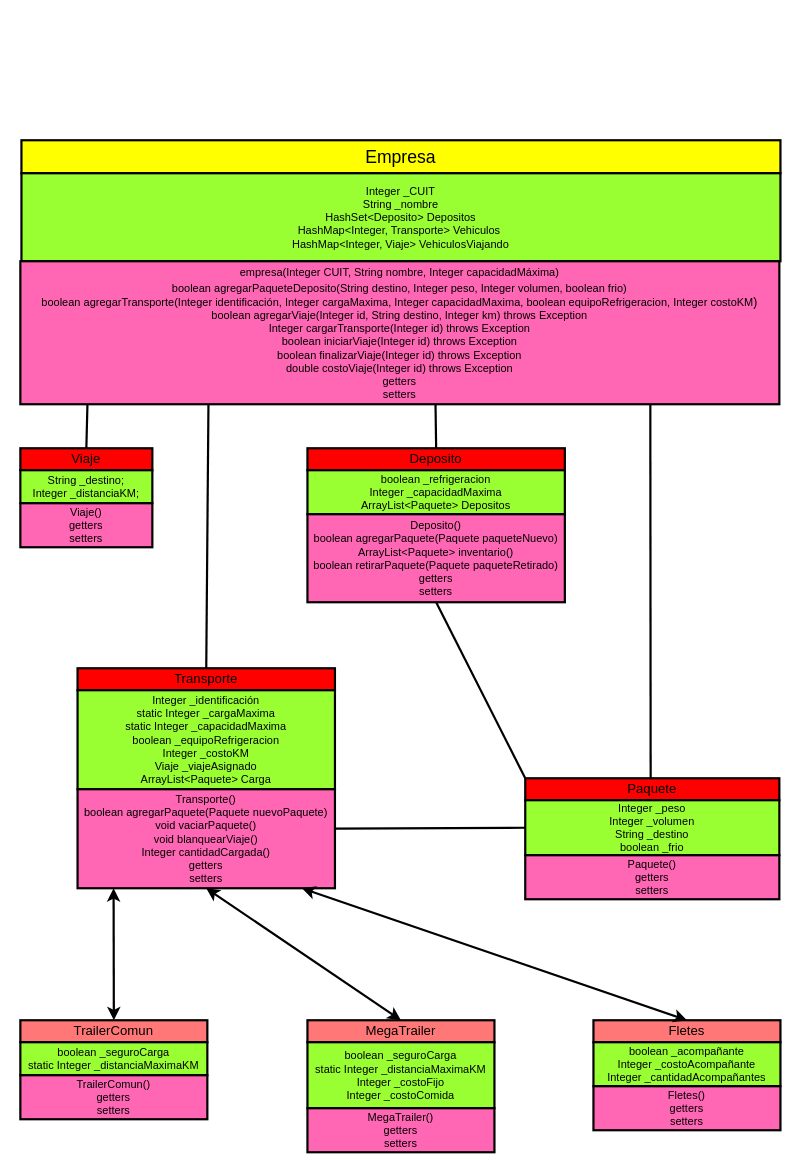
Earlier version of the draw.io diagram appdiagrams.net/Empresa Diagrama.drawio (VeronAdrian/main). Source tidied: cells renumbered, new cells numbered last; positions are measured from the earlier drawing's top-left corner, leaving out a move shared by most shapes. Both pictures are drawn from the tidied source at 110%, with x=0, y=0 at pixel (20, 140).
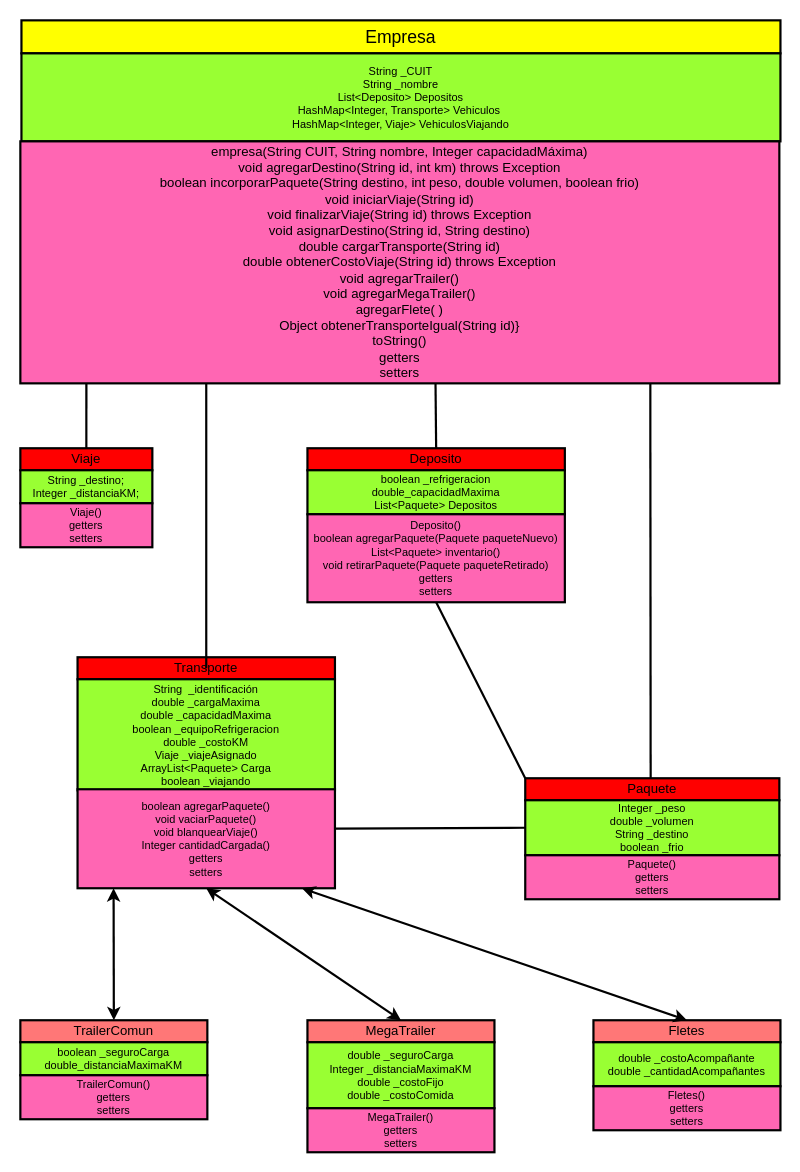
The same page after the edit.

Diff of the diagram source:
```diff
@@
     <mxCell id="2" value="&lt;font style=&quot;font-size: 16px;&quot;&gt;Empresa&lt;/font&gt;" style="rounded=0;whiteSpace=wrap;html=1;fillColor=#FFFF00;strokeColor=default;strokeWidth=2;fontFamily=Helvetica;verticalAlign=middle;fontStyle=0;" parent="1" vertex="1">
-      <mxGeometry x="1" width="690" height="30" as="geometry" />
+      <mxGeometry x="1" y="-109" width="690" height="30" as="geometry" />
     </mxCell>
-    <mxCell id="3" value="&lt;div style=&quot;font-size: 10px;&quot;&gt;&lt;font style=&quot;font-size: 10px;&quot;&gt;Integer _CUIT&lt;/font&gt;&lt;/div&gt;&lt;div style=&quot;font-size: 10px;&quot;&gt;&lt;font style=&quot;font-size: 10px;&quot;&gt;String _nombre&lt;/font&gt;&lt;/div&gt;&lt;div style=&quot;font-size: 10px;&quot;&gt;&lt;font style=&quot;font-size: 10px;&quot;&gt;&lt;span style=&quot;&quot;&gt; &lt;/span&gt;HashSet&amp;lt;Deposito&amp;gt; Depositos&lt;/font&gt;&lt;/div&gt;&lt;div style=&quot;font-size: 10px;&quot;&gt;&lt;font style=&quot;font-size: 10px;&quot;&gt;&lt;span style=&quot;&quot;&gt; &lt;/span&gt;HashMap&amp;lt;Integer, Transporte&amp;gt; Vehiculos&amp;nbsp;&lt;/font&gt;&lt;/div&gt;&lt;div style=&quot;font-size: 10px;&quot;&gt;&lt;font style=&quot;font-size: 10px;&quot;&gt; HashMap&amp;lt;Integer, Viaje&amp;gt; VehiculosViajando&lt;/font&gt;&lt;/div&gt;" style="rounded=0;whiteSpace=wrap;html=1;align=center;strokeWidth=2;fillColor=#99FF33;strokeColor=#000000;fontFamily=Helvetica;verticalAlign=middle;fontStyle=0;" parent="1" vertex="1">
-      <mxGeometry x="1" y="30" width="690" height="80" as="geometry" />
+    <mxCell id="3" value="&lt;div style=&quot;font-size: 10px;&quot;&gt;&lt;font style=&quot;font-size: 10px;&quot;&gt;String _CUIT&lt;/font&gt;&lt;/div&gt;&lt;div style=&quot;font-size: 10px;&quot;&gt;&lt;font style=&quot;font-size: 10px;&quot;&gt;String _nombre&lt;/font&gt;&lt;/div&gt;&lt;div style=&quot;font-size: 10px;&quot;&gt;&lt;font style=&quot;font-size: 10px;&quot;&gt;&lt;span style=&quot;&quot;&gt; &lt;/span&gt;List&amp;lt;Deposito&amp;gt; Depositos&lt;/font&gt;&lt;/div&gt;&lt;div style=&quot;font-size: 10px;&quot;&gt;&lt;span style=&quot;background-color: initial;&quot;&gt;HashMap&amp;lt;Integer, Transporte&amp;gt; Vehiculos&amp;nbsp;&lt;/span&gt;&lt;/div&gt;&lt;div style=&quot;font-size: 10px;&quot;&gt;&lt;font style=&quot;font-size: 10px;&quot;&gt; HashMap&amp;lt;Integer, Viaje&amp;gt; VehiculosViajando&lt;/font&gt;&lt;/div&gt;" style="rounded=0;whiteSpace=wrap;html=1;align=center;strokeWidth=2;fillColor=#99FF33;strokeColor=#000000;fontFamily=Helvetica;verticalAlign=middle;fontStyle=0;" parent="1" vertex="1">
+      <mxGeometry x="1" y="-79" width="690" height="80" as="geometry" />
     </mxCell>
-    <mxCell id="4" value="&lt;font style=&quot;font-size: 10px;&quot;&gt;&lt;span style=&quot;font-size: 10px;&quot;&gt;empresa(Integer CUIT, String nombre, Integer capacidadMáxima)&lt;/span&gt;&lt;br&gt;&lt;span style=&quot;font-size: 10px;&quot;&gt;boolean agregarPaqueteDeposito(String destino, Integer peso, Integer volumen, boolean frio)&lt;/span&gt;&lt;br&gt;&lt;div style=&quot;font-size: 10px;&quot;&gt;&lt;font style=&quot;background-color: initial;&quot;&gt;boolean agregarTransporte(Integer identificación, Integer cargaMaxima, Integer capacidadMaxima, boolean equipoRefrigeracion, Integer costoKM&lt;/font&gt;&lt;span style=&quot;background-color: initial; font-size: 11px;&quot;&gt;)&lt;/span&gt;&lt;/div&gt;&lt;div style=&quot;font-size: 10px;&quot;&gt;&lt;span style=&quot;background-color: initial;&quot;&gt;&lt;span style=&quot;&quot;&gt;boolean agregarViaje(Integer id, String destino, Integer km) throws Exception&lt;/span&gt;&lt;br&gt;&lt;/span&gt;&lt;/div&gt;&lt;div style=&quot;&quot;&gt;&lt;span style=&quot;background-color: initial;&quot;&gt;&lt;span style=&quot;&quot;&gt;Integer cargarTransporte(Integer id) throws Exception&lt;/span&gt;&lt;br&gt;&lt;/span&gt;&lt;/div&gt;&lt;div style=&quot;&quot;&gt;&lt;span style=&quot;background-color: initial;&quot;&gt;&lt;span style=&quot;&quot;&gt;boolean iniciarViaje(Integer id) throws Exception&lt;/span&gt;&lt;br&gt;&lt;/span&gt;&lt;/div&gt;&lt;div style=&quot;&quot;&gt;&lt;span style=&quot;background-color: initial;&quot;&gt;&lt;span style=&quot;&quot;&gt;boolean finalizarViaje(Integer id) throws Exception&lt;/span&gt;&lt;br&gt;&lt;/span&gt;&lt;/div&gt;&lt;div style=&quot;&quot;&gt;&lt;span style=&quot;background-color: initial;&quot;&gt;&lt;span style=&quot;&quot;&gt;double costoViaje(Integer id) throws Exception&lt;/span&gt;&lt;br&gt;&lt;/span&gt;&lt;/div&gt;&lt;div style=&quot;&quot;&gt;&lt;span style=&quot;background-color: initial;&quot;&gt;&lt;span style=&quot;&quot;&gt;getters&lt;/span&gt;&lt;/span&gt;&lt;/div&gt;&lt;div style=&quot;&quot;&gt;&lt;span style=&quot;background-color: initial;&quot;&gt;&lt;span style=&quot;&quot;&gt;setters&lt;/span&gt;&lt;/span&gt;&lt;/div&gt;&lt;/font&gt;" style="rounded=0;whiteSpace=wrap;html=1;strokeWidth=2;fillColor=#FF66B3;strokeColor=#000000;fontFamily=Helvetica;verticalAlign=middle;fontStyle=0;" parent="1" vertex="1">
-      <mxGeometry y="110" width="690" height="130" as="geometry" />
+    <mxCell id="4" value="&lt;font style=&quot;font-size: 12px;&quot;&gt;empresa(String CUIT, String nombre, Integer capacidadMáxima)&lt;br&gt;void agregarDestino(String id, int km) throws Exception&lt;br&gt;boolean incorporarPaquete(String destino, int peso, double volumen, boolean frio)&lt;br&gt;void iniciarViaje(String id)&lt;br&gt;void finalizarViaje(String id) throws Exception&lt;br&gt;void asignarDestino(String id, String destino)&lt;br&gt;double cargarTransporte(String id)&lt;br&gt;double obtenerCostoViaje(String id) throws Exception&lt;br&gt;void agregarTrailer()&lt;br&gt;void agregarMegaTrailer()&lt;br&gt;agregarFlete( )&lt;br&gt;Object obtenerTransporteIgual(String id)}&lt;br&gt;toString()&lt;br&gt;&lt;div style=&quot;&quot;&gt;&lt;span style=&quot;background-color: initial;&quot;&gt;&lt;span style=&quot;&quot;&gt;getters&lt;/span&gt;&lt;/span&gt;&lt;/div&gt;&lt;div style=&quot;&quot;&gt;&lt;span style=&quot;background-color: initial;&quot;&gt;setters&lt;/span&gt;&lt;/div&gt;&lt;/font&gt;" style="rounded=0;whiteSpace=wrap;html=1;strokeWidth=2;fillColor=#FF66B3;strokeColor=#000000;fontFamily=Helvetica;verticalAlign=middle;fontStyle=0;" parent="1" vertex="1">
+      <mxGeometry y="1" width="690" height="220" as="geometry" />
     </mxCell>
     <mxCell id="5" value="Transporte" style="rounded=0;whiteSpace=wrap;html=1;fontSize=12;fillColor=#FF0000;strokeColor=#000000;strokeWidth=2;fontFamily=Helvetica;verticalAlign=middle;fontStyle=0;" parent="1" vertex="1">
-      <mxGeometry x="52" y="480" width="234" height="20" as="geometry" />
+      <mxGeometry x="52" y="470" width="234" height="20" as="geometry" />
     </mxCell>
-    <mxCell id="6" value="&lt;div&gt;Integer _identificación&lt;/div&gt;&lt;div&gt;static Integer _cargaMaxima&lt;/div&gt;&lt;div&gt;static Integer _capacidadMaxima&lt;/div&gt;&lt;div&gt;boolean _equipoRefrigeracion&lt;/div&gt;&lt;div&gt;Integer _costoKM&lt;/div&gt;&lt;div&gt;Viaje _viajeAsignado&lt;/div&gt;&lt;div&gt;ArrayList&amp;lt;Paquete&amp;gt; Carga&lt;/div&gt;" style="rounded=0;whiteSpace=wrap;html=1;fontSize=10;strokeWidth=2;fillColor=#99FF33;strokeColor=#000000;fontFamily=Helvetica;verticalAlign=middle;fontStyle=0;" parent="1" vertex="1">
-      <mxGeometry x="52" y="500" width="234" height="90" as="geometry" />
+    <mxCell id="6" value="String&amp;nbsp;&lt;span style=&quot;background-color: initial;&quot;&gt;&amp;nbsp;_identificación&lt;/span&gt;&lt;br&gt;&lt;div&gt;double _cargaMaxima&lt;/div&gt;&lt;div&gt;double _capacidadMaxima&lt;/div&gt;&lt;div&gt;boolean _equipoRefrigeracion&lt;/div&gt;&lt;div&gt;double _costoKM&lt;/div&gt;&lt;div&gt;Viaje _viajeAsignado&lt;/div&gt;&lt;div&gt;ArrayList&amp;lt;Paquete&amp;gt; Carga&lt;/div&gt;&lt;div&gt;boolean _viajando&lt;/div&gt;" style="rounded=0;whiteSpace=wrap;html=1;fontSize=10;strokeWidth=2;fillColor=#99FF33;strokeColor=#000000;fontFamily=Helvetica;verticalAlign=middle;fontStyle=0;" parent="1" vertex="1">
+      <mxGeometry x="52" y="490" width="234" height="101" as="geometry" />
     </mxCell>
-    <mxCell id="7" value="Transporte()&lt;br&gt;boolean agregarPaquete(Paquete nuevoPaquete)&lt;br&gt;void vaciarPaquete()&lt;br&gt;void blanquearViaje()&lt;br&gt;Integer cantidadCargada()&lt;br&gt;getters&lt;br&gt;setters" style="rounded=0;whiteSpace=wrap;html=1;fontSize=10;strokeWidth=2;fillColor=#FF66B3;strokeColor=#000000;fontFamily=Helvetica;verticalAlign=middle;fontStyle=0;" parent="1" vertex="1">
+    <mxCell id="7" value="boolean agregarPaquete()&lt;br&gt;void vaciarPaquete()&lt;br&gt;void blanquearViaje()&lt;br&gt;Integer cantidadCargada()&lt;br&gt;getters&lt;br&gt;setters" style="rounded=0;whiteSpace=wrap;html=1;fontSize=10;strokeWidth=2;fillColor=#FF66B3;strokeColor=#000000;fontFamily=Helvetica;verticalAlign=middle;fontStyle=0;" parent="1" vertex="1">
       <mxGeometry x="52" y="590" width="234" height="90" as="geometry" />
     </mxCell>
-    <mxCell id="8" style="endArrow=none;html=1;rounded=0;fontSize=10;exitX=0.5;exitY=0;exitDx=0;exitDy=0;strokeWidth=2;fontFamily=Helvetica;verticalAlign=middle;fontStyle=0;" parent="1" edge="1" source="5">
+    <mxCell id="8" style="endArrow=none;html=1;rounded=0;fontSize=10;exitX=0.5;exitY=0;exitDx=0;exitDy=0;strokeWidth=2;fontFamily=Helvetica;verticalAlign=middle;fontStyle=0;" parent="1" edge="1">
       <mxGeometry relative="1" as="geometry">
-        <mxPoint x="171" y="240" as="targetPoint" />
+        <mxPoint x="169" y="480" as="sourcePoint" />
+        <mxPoint x="169" y="221" as="targetPoint" />
       </mxGeometry>
     </mxCell>
@@
-    <mxCell id="10" value="boolean _seguroCarga&lt;br&gt;static Integer _distanciaMaximaKM" style="rounded=0;whiteSpace=wrap;html=1;fontSize=10;strokeWidth=2;fillColor=#99FF33;strokeColor=#000000;fontFamily=Helvetica;verticalAlign=middle;fontStyle=0;" parent="1" vertex="1">
+    <mxCell id="10" value="boolean _seguroCarga&lt;br&gt;double_distanciaMaximaKM" style="rounded=0;whiteSpace=wrap;html=1;fontSize=10;strokeWidth=2;fillColor=#99FF33;strokeColor=#000000;fontFamily=Helvetica;verticalAlign=middle;fontStyle=0;" parent="1" vertex="1">
       <mxGeometry y="820" width="170" height="30" as="geometry" />
     </mxCell>
@@
-    <mxCell id="13" value="&lt;div&gt;boolean _seguroCarga&lt;/div&gt;&lt;div&gt;static Integer _distanciaMaximaKM&lt;/div&gt;&lt;div&gt;Integer _costoFijo&lt;/div&gt;&lt;div&gt;Integer _costoComida&lt;/div&gt;" style="rounded=0;whiteSpace=wrap;html=1;fontSize=10;strokeWidth=2;fillColor=#99FF33;strokeColor=#000000;fontFamily=Helvetica;verticalAlign=middle;fontStyle=0;" parent="1" vertex="1">
+    <mxCell id="13" value="&lt;div&gt;double _seguroCarga&lt;/div&gt;&lt;div&gt;Integer _distanciaMaximaKM&lt;/div&gt;&lt;div&gt;double _costoFijo&lt;/div&gt;&lt;div&gt;double _costoComida&lt;/div&gt;" style="rounded=0;whiteSpace=wrap;html=1;fontSize=10;strokeWidth=2;fillColor=#99FF33;strokeColor=#000000;fontFamily=Helvetica;verticalAlign=middle;fontStyle=0;" parent="1" vertex="1">
       <mxGeometry x="261" y="820" width="170" height="60" as="geometry" />
     </mxCell>
@@
-    <mxCell id="16" value="&lt;div&gt;boolean _acompañante&lt;/div&gt;&lt;div&gt;Integer _costoAcompañante&lt;/div&gt;&lt;div&gt;Integer _cantidadAcompañantes&lt;/div&gt;" style="rounded=0;whiteSpace=wrap;html=1;fontSize=10;strokeWidth=2;fillColor=#99FF33;strokeColor=#000000;fontFamily=Helvetica;verticalAlign=middle;fontStyle=0;" parent="1" vertex="1">
+    <mxCell id="16" value="&lt;div&gt;&lt;span style=&quot;background-color: initial;&quot;&gt;double _costoAcompañante&lt;/span&gt;&lt;/div&gt;&lt;div&gt;double _cantidadAcompañantes&lt;/div&gt;" style="rounded=0;whiteSpace=wrap;html=1;fontSize=10;strokeWidth=2;fillColor=#99FF33;strokeColor=#000000;fontFamily=Helvetica;verticalAlign=middle;fontStyle=0;" parent="1" vertex="1">
       <mxGeometry x="521" y="820" width="170" height="40" as="geometry" />
     </mxCell>
@@
-    <mxCell id="24" style="endArrow=none;html=1;rounded=0;fontSize=10;strokeWidth=2;fontFamily=Helvetica;verticalAlign=middle;fontStyle=0;" parent="1" edge="1">
+    <mxCell id="24" style="endArrow=none;html=1;rounded=0;fontSize=10;strokeWidth=2;fontFamily=Helvetica;verticalAlign=middle;fontStyle=0;entryX=0.087;entryY=1;entryDx=0;entryDy=0;entryPerimeter=0;" parent="1" edge="1" target="4">
       <mxGeometry relative="1" as="geometry">
         <mxPoint x="60" y="280" as="sourcePoint" />
-        <mxPoint x="61" y="240" as="targetPoint" />
       </mxGeometry>
     </mxCell>
@@
-    <mxCell id="26" value="&lt;div&gt;Integer _peso&lt;/div&gt;&lt;div&gt;Integer _volumen&lt;/div&gt;&lt;div&gt;String _destino&lt;/div&gt;&lt;div&gt;boolean _frio&lt;/div&gt;" style="rounded=0;whiteSpace=wrap;html=1;fontSize=10;strokeWidth=2;fillColor=#99FF33;strokeColor=#000000;fontFamily=Helvetica;verticalAlign=middle;fontStyle=0;" parent="1" vertex="1">
+    <mxCell id="26" value="&lt;div&gt;Integer _peso&lt;/div&gt;&lt;div&gt;double _volumen&lt;/div&gt;&lt;div&gt;String _destino&lt;/div&gt;&lt;div&gt;boolean _frio&lt;/div&gt;" style="rounded=0;whiteSpace=wrap;html=1;fontSize=10;strokeWidth=2;fillColor=#99FF33;strokeColor=#000000;fontFamily=Helvetica;verticalAlign=middle;fontStyle=0;" parent="1" vertex="1">
       <mxGeometry x="459" y="600" width="231" height="50" as="geometry" />
     </mxCell>
@@
-    <mxCell id="31" value="&lt;div&gt;boolean _refrigeracion&lt;/div&gt;&lt;div&gt;Integer _capacidadMaxima&lt;/div&gt;&lt;div&gt;ArrayList&amp;lt;Paquete&amp;gt; Depositos&lt;/div&gt;" style="rounded=0;whiteSpace=wrap;html=1;fontSize=10;strokeWidth=2;fillColor=#99FF33;strokeColor=#000000;fontFamily=Helvetica;verticalAlign=middle;fontStyle=0;" parent="1" vertex="1">
+    <mxCell id="31" value="&lt;div&gt;boolean _refrigeracion&lt;/div&gt;&lt;div&gt;double_capacidadMaxima&lt;/div&gt;&lt;div&gt;List&amp;lt;Paquete&amp;gt; Depositos&lt;/div&gt;" style="rounded=0;whiteSpace=wrap;html=1;fontSize=10;strokeWidth=2;fillColor=#99FF33;strokeColor=#000000;fontFamily=Helvetica;verticalAlign=middle;fontStyle=0;" parent="1" vertex="1">
       <mxGeometry x="261" y="300" width="234" height="40" as="geometry" />
     </mxCell>
-    <mxCell id="32" value="Deposito()&lt;br&gt;boolean agregarPaquete(Paquete paqueteNuevo)&lt;br&gt;ArrayList&amp;lt;Paquete&amp;gt; inventario()&lt;br&gt;boolean retirarPaquete(Paquete paqueteRetirado)&lt;br&gt;getters&lt;br&gt;setters" style="rounded=0;whiteSpace=wrap;html=1;fontSize=10;strokeWidth=2;fillColor=#FF66B3;strokeColor=#000000;fontFamily=Helvetica;verticalAlign=middle;fontStyle=0;" parent="1" vertex="1">
+    <mxCell id="32" value="Deposito()&lt;br&gt;boolean agregarPaquete(Paquete paqueteNuevo)&lt;br&gt;List&amp;lt;Paquete&amp;gt; inventario()&lt;br&gt;void retirarPaquete(Paquete paqueteRetirado)&lt;br&gt;getters&lt;br&gt;setters" style="rounded=0;whiteSpace=wrap;html=1;fontSize=10;strokeWidth=2;fillColor=#FF66B3;strokeColor=#000000;fontFamily=Helvetica;verticalAlign=middle;fontStyle=0;" parent="1" vertex="1">
       <mxGeometry x="261" y="340" width="234" height="80" as="geometry" />
     </mxCell>
```
